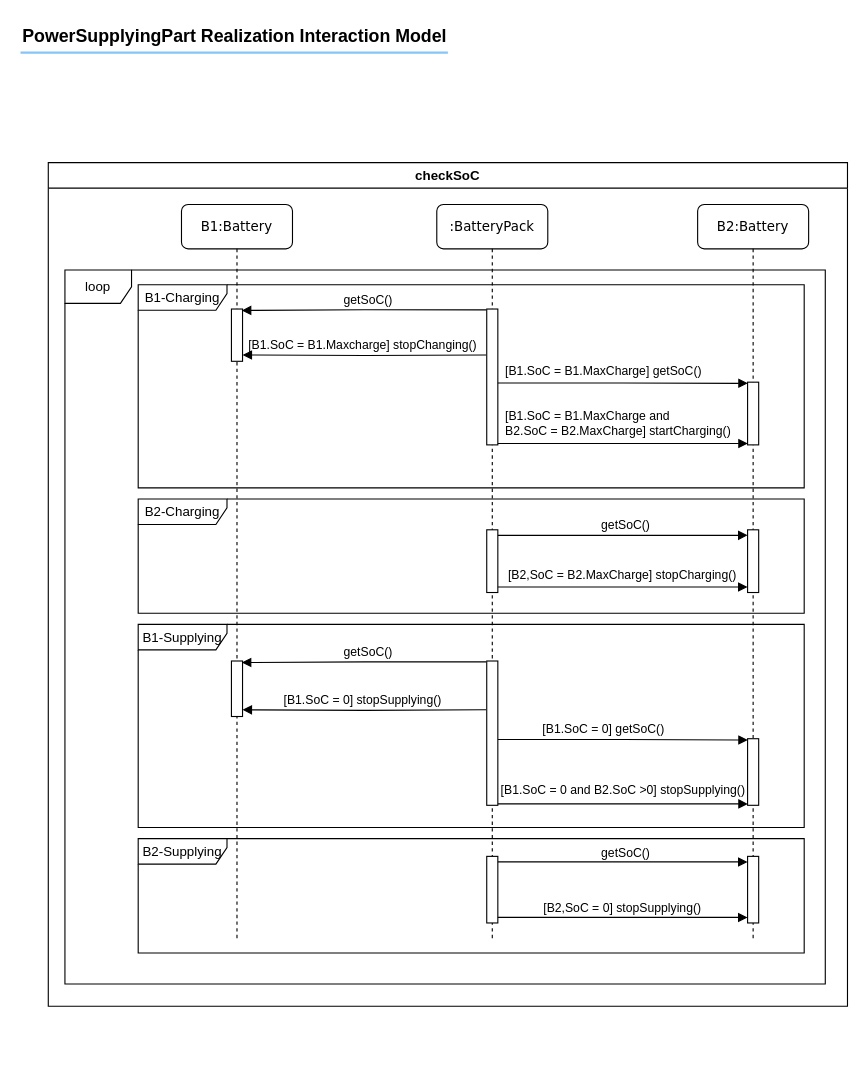
Mohammad-Si/convide-A02-MVE keeps this draw.io diagram as version/4/KobrA_Realization-Interaction-Model_PowerSupplyingParty-checkSoC.drawio. Above is the earlier version. Source tidied: cells renumbered, new cells numbered last; positions are measured from the earlier drawing's top-left corner, leaving out a move shared by most shapes. Both pictures are drawn from the tidied source at 111%, with x=0, y=0 at pixel (20, 19).
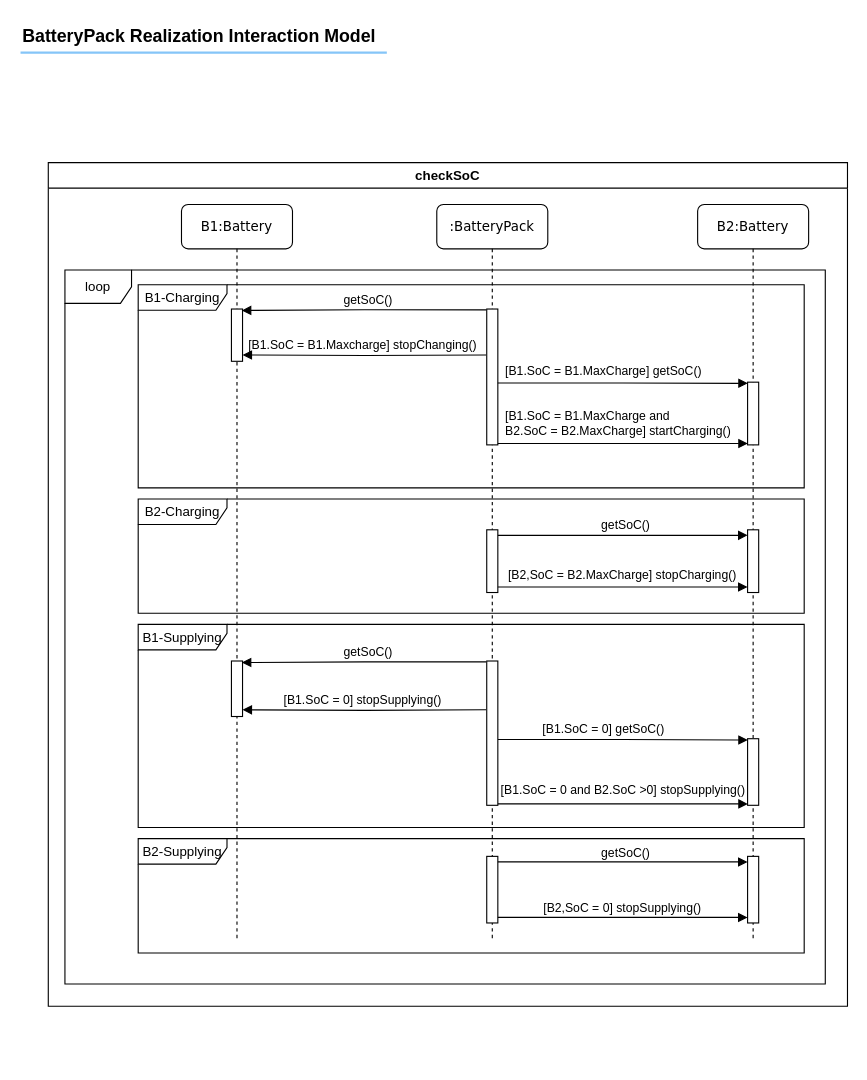
After the change.

Diff of the diagram source:
```diff
@@
-    <mxCell id="46" value="&lt;b&gt;PowerSupplyingPart Realization Interaction Model&lt;/b&gt;" style="text;fontSize=16;verticalAlign=middle;strokeColor=none;fillColor=none;whiteSpace=wrap;html=1;" parent="1" vertex="1">
+    <mxCell id="46" value="&lt;b&gt;BatteryPack Realization Interaction Model&lt;/b&gt;" style="text;fontSize=16;verticalAlign=middle;strokeColor=none;fillColor=none;whiteSpace=wrap;html=1;" parent="1" vertex="1">
       <mxGeometry width="388" height="30" as="geometry" />
     </mxCell>
     <mxCell id="47" style="dashed=0;shape=line;strokeWidth=2;noLabel=1;strokeColor=#0C8CF2;opacity=50;" parent="1" vertex="1">
-      <mxGeometry y="25" width="385" height="10" as="geometry" />
+      <mxGeometry y="25" width="330" height="10" as="geometry" />
     </mxCell>
```
